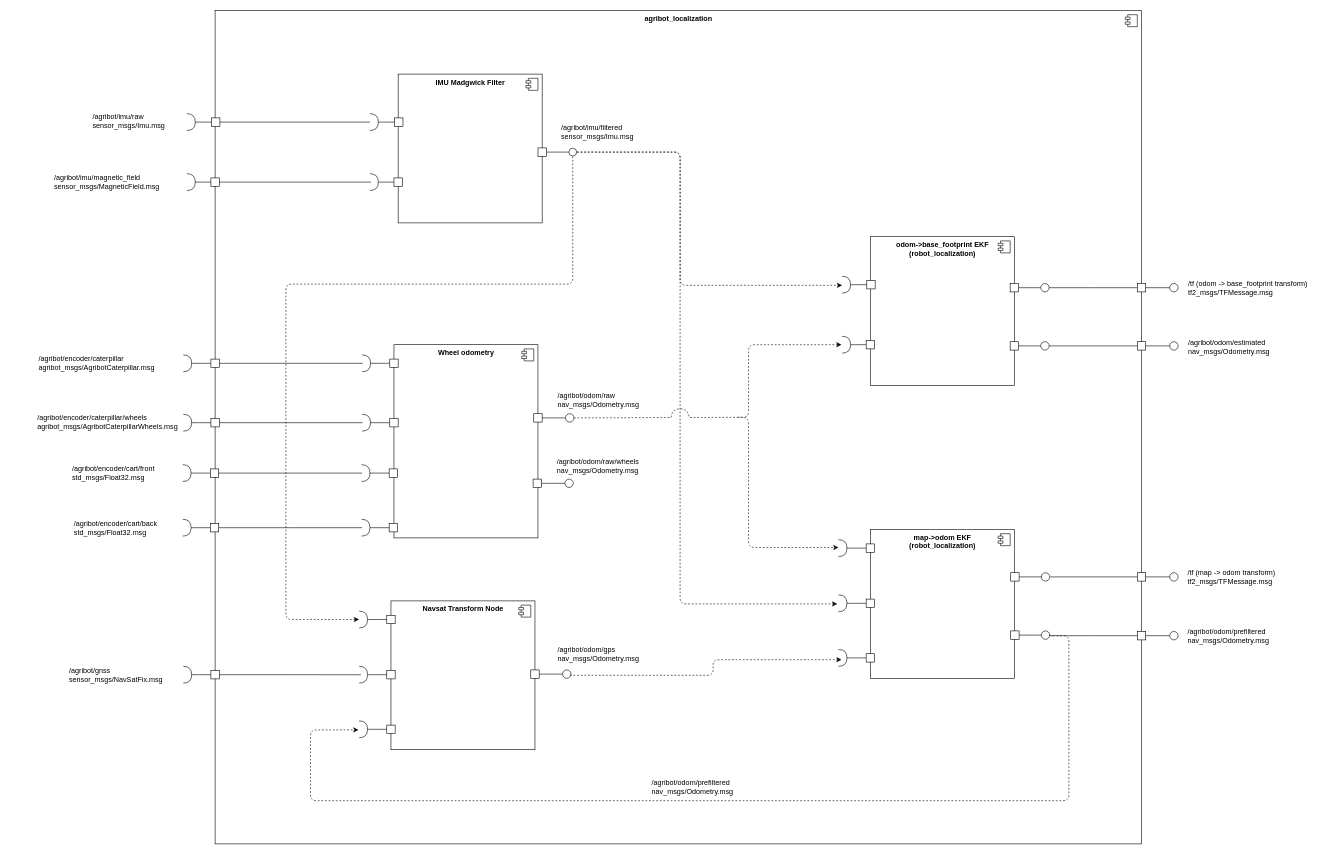
agribot-2-0/agribot_localization keeps this draw.io diagram as doc/component_diagram.drawio. Above is the earlier version. Source tidied: cells renumbered, new cells numbered last; positions are measured from the earlier drawing's top-left corner, leaving out a move shared by most shapes. Both pictures are drawn from the tidied source at 60%, with x=0, y=0 at pixel (36, 10).
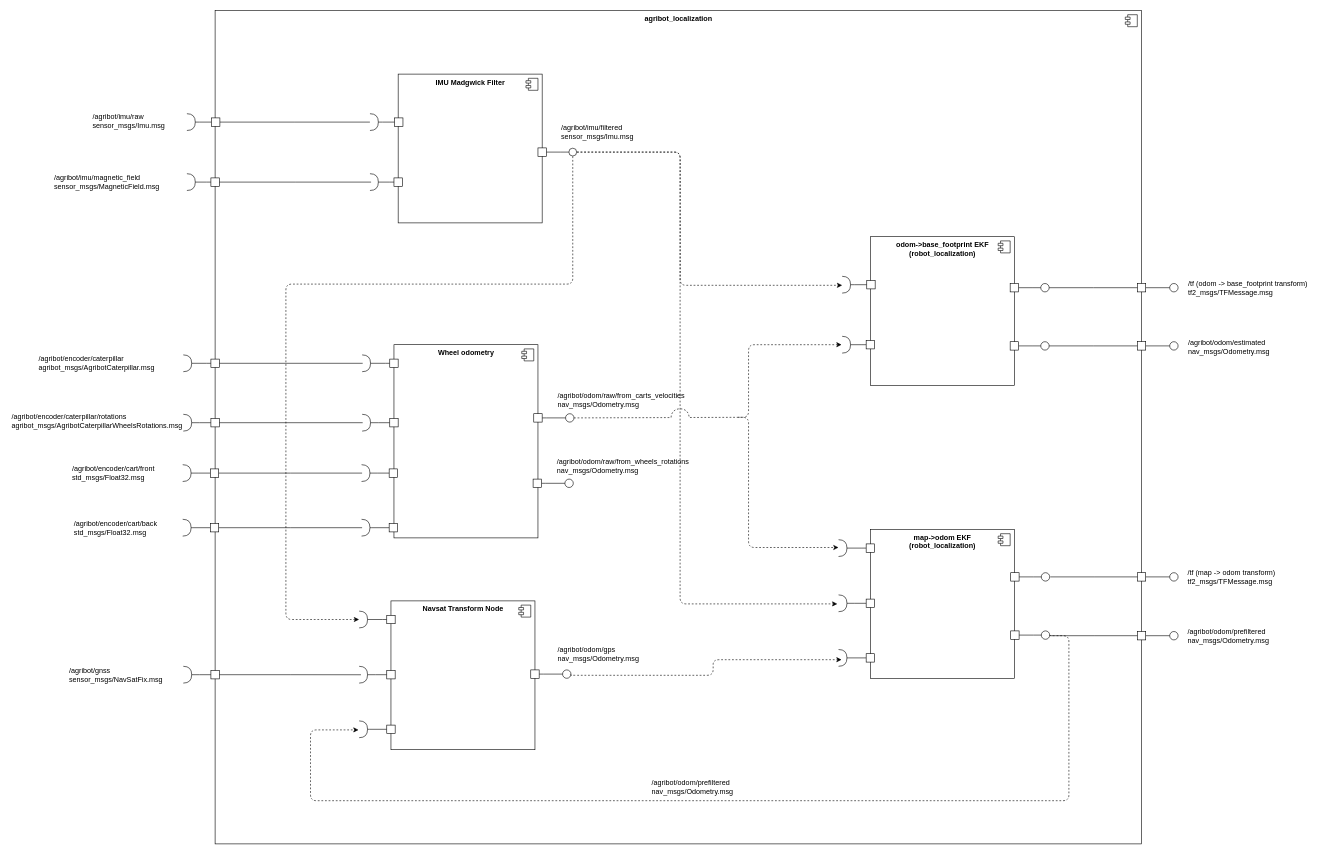
After the change.

Diff of the diagram source:
```diff
@@
-    <mxCell id="15" value="&lt;div&gt;/agribot/odom/raw&lt;/div&gt;&lt;div&gt;nav_msgs/Odometry.msg&lt;br&gt;&lt;/div&gt;" style="text;html=1;align=left;verticalAlign=middle;" parent="1" vertex="1">
-      <mxGeometry x="867.1" y="632" width="162" height="33" as="geometry" />
+    <mxCell id="15" value="&lt;div&gt;/agribot/odom/raw/from_carts_velocities&lt;/div&gt;&lt;div&gt;nav_msgs/Odometry.msg&lt;br&gt;&lt;/div&gt;" style="text;html=1;align=left;verticalAlign=middle;" parent="1" vertex="1">
+      <mxGeometry x="867.1" y="632" width="223" height="33" as="geometry" />
     </mxCell>
@@
-    <mxCell id="120" value="&lt;div&gt;/agribot/encoder/caterpillar/wheels&lt;/div&gt;&lt;div&gt;agribot_msgs/AgribotCaterpillarWheels.msg&lt;br&gt;&lt;/div&gt;" style="text;html=1;align=left;verticalAlign=middle;" parent="1" vertex="1">
-      <mxGeometry y="669" width="245" height="33" as="geometry" />
+    <mxCell id="120" value="&lt;div&gt;/agribot/encoder/caterpillar/rotations&lt;/div&gt;&lt;div&gt;agribot_msgs/AgribotCaterpillarWheelsRotations.msg&lt;br&gt;&lt;/div&gt;" style="text;html=1;align=left;verticalAlign=middle;" parent="1" vertex="1">
+      <mxGeometry x="-43" y="668" width="296" height="33" as="geometry" />
     </mxCell>
@@
-    <mxCell id="124" value="&lt;div&gt;/agribot/odom/raw/wheels&lt;/div&gt;&lt;div&gt;nav_msgs/Odometry.msg&lt;br&gt;&lt;/div&gt;" style="text;html=1;align=left;verticalAlign=middle;" parent="1" vertex="1">
-      <mxGeometry x="866" y="742" width="148" height="33" as="geometry" />
+    <mxCell id="124" value="&lt;div&gt;/agribot/odom/raw/from_wheels_rotations&lt;/div&gt;&lt;div&gt;nav_msgs/Odometry.msg&lt;br&gt;&lt;/div&gt;" style="text;html=1;align=left;verticalAlign=middle;" parent="1" vertex="1">
+      <mxGeometry x="866" y="742" width="231" height="33" as="geometry" />
     </mxCell>
```
